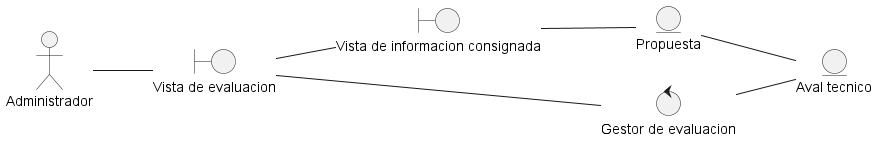
Before: docs/scenariosView/DisciplinaDeAnalisisDiagramaDeClaseResponderEvaluacion.png, a diagram exported from PlantUML (Samantha-Ramirez/ProyectoEquipo7ING).
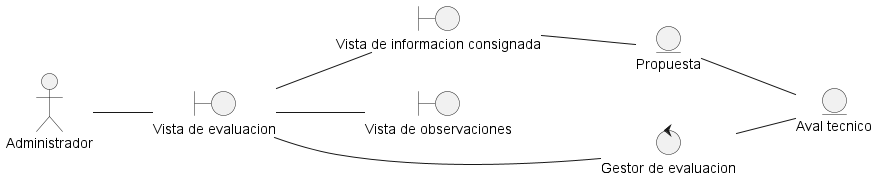
Later version of the same file.

Commit message:
Version final Disciplina de analisis 3006

Change to the diagram source:
```diff
@@ -8,16 +8,18 @@
 
 boundary "Vista de evaluacion" as vistaEvaluacion
 boundary "Vista de informacion consignada" as vistaInfoConsignada
+boundary "Vista de observaciones" as vistaObservaciones
 
 control "Gestor de evaluacion" as ctrlGestorEvaluacion
 
 actorAdmin -- vistaEvaluacion
 vistaEvaluacion -- vistaInfoConsignada
+vistaEvaluacion -- vistaObservaciones
+
 vistaInfoConsignada -- entidadPropuesta
 
 vistaEvaluacion -- ctrlGestorEvaluacion
 entidadPropuesta -- entidadAval
 ctrlGestorEvaluacion -- entidadAval
 
-
 @enduml
```
